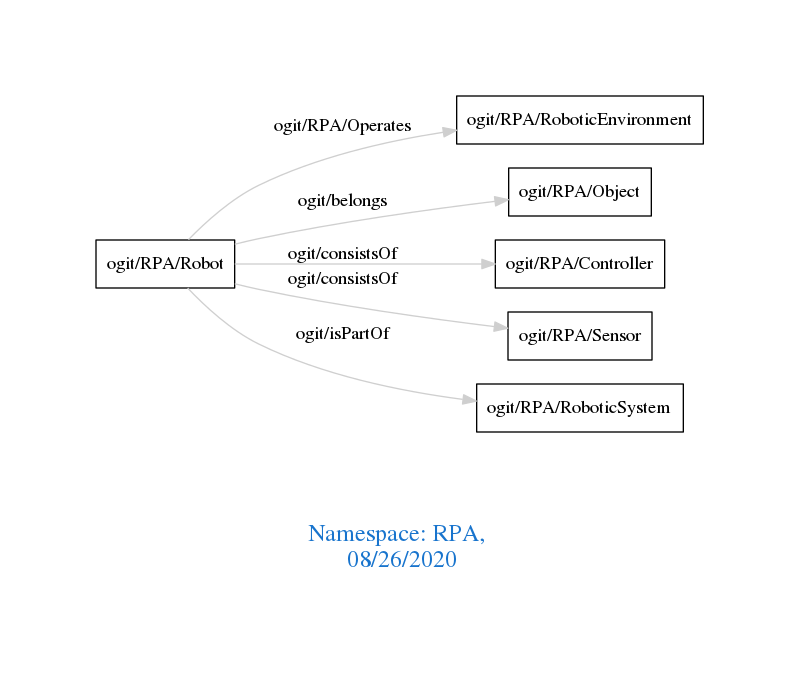
Before: downloads/RPA.png, a diagram exported from Graphviz (arago/OGIT). Its source is kept beside it as downloads/RPA.dot.
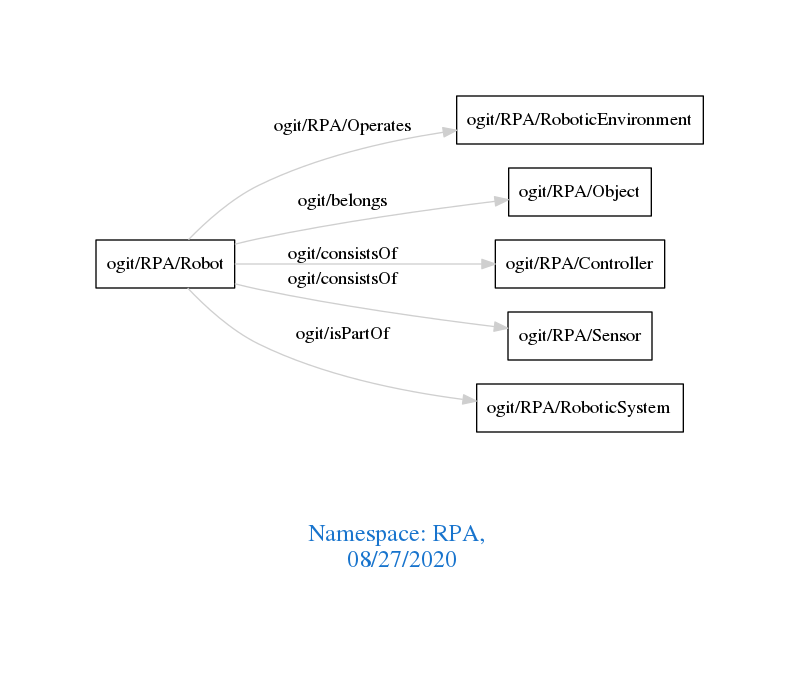
Later version of the same file.

The edit, as a diff of the source:
```diff
@@ -1,7 +1,7 @@
 digraph OGIT_ontology {
  graph [ rankdir= LR,pad=1
 fontsize = 18,
-fontcolor= dodgerblue3,label = "\n\n\nNamespace: RPA, \n 08/26/2020"];
+fontcolor= dodgerblue3,label = "\n\n\nNamespace: RPA, \n 08/27/2020"];
 node[shape=polygon];
 edge [  color="gray81"];
 
```
